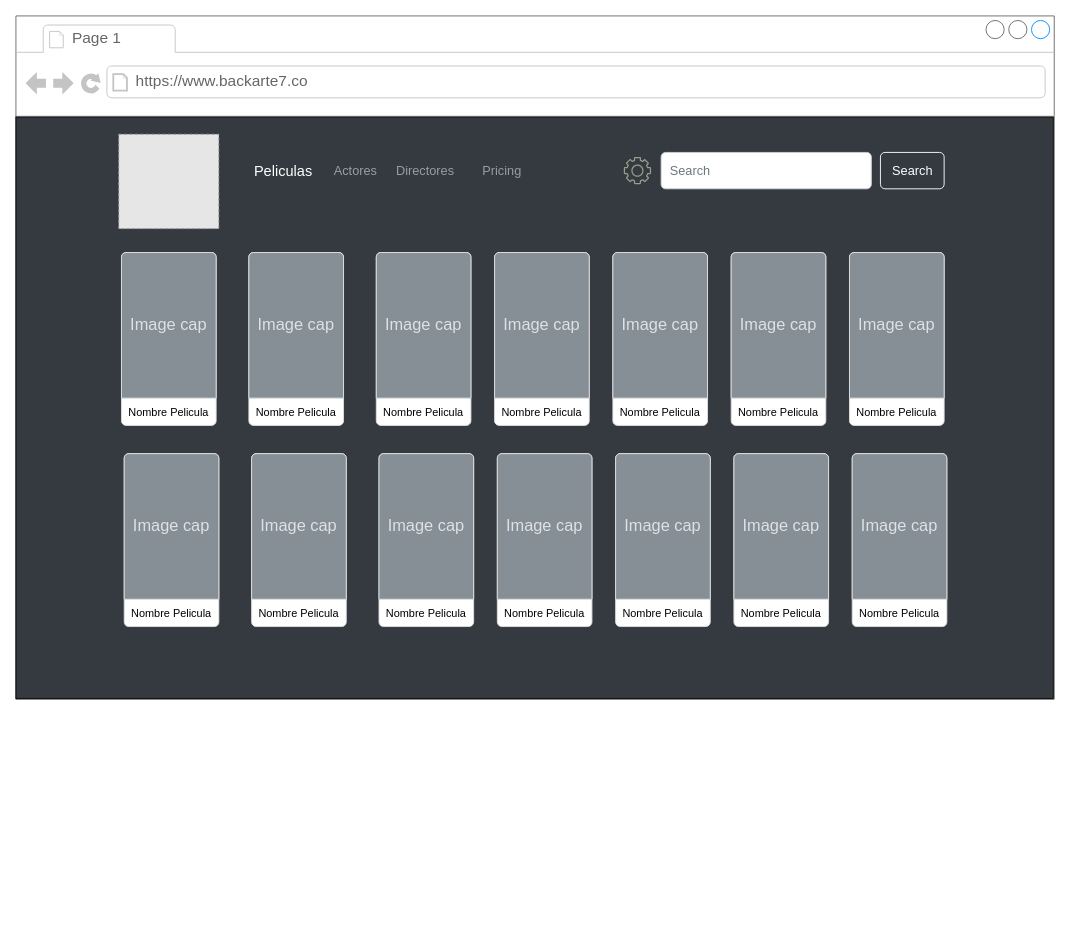
Before: diagramas/ListaDePeliculas.drawio in ronguito/MISW4103-PAS, a draw.io diagram. Source tidied: cells renumbered, new cells numbered last; positions are measured from the earlier drawing's top-left corner, leaving out a move shared by most shapes. Both pictures are drawn from the tidied source at 91%, with x=0, y=0 at pixel (15, 15). Pictures stored in the file or linked from it are replaced by grey dashed boxes.
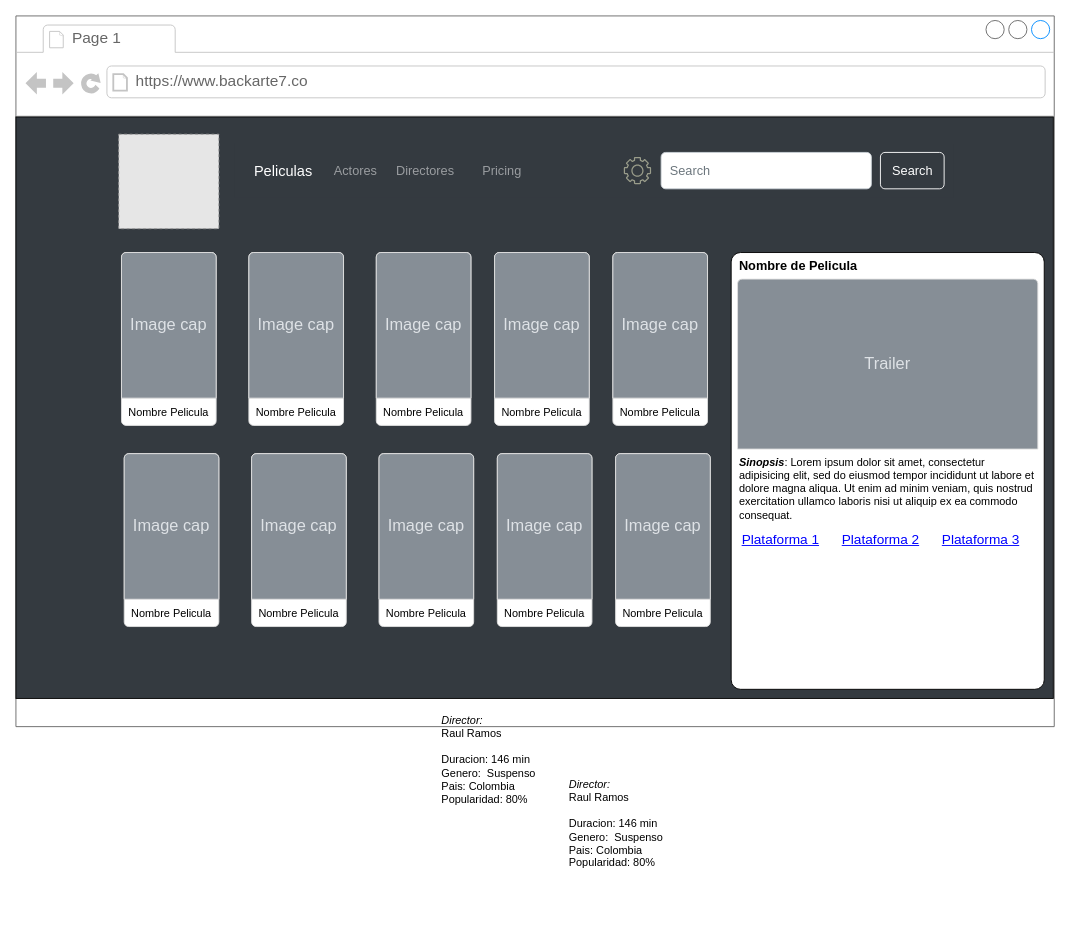
The same page after the edit.

Change to the diagram source:
```diff
@@
     <mxCell id="2" style="strokeWidth=1;shadow=0;dashed=0;align=center;html=1;shape=mxgraph.mockup.containers.browserWindow;rSize=0;strokeColor=#666666;strokeColor2=#008cff;strokeColor3=#c4c4c4;mainText=,;fillColor=#ffffff;" parent="1" vertex="1">
-      <mxGeometry width="1141" height="751" as="geometry" />
+      <mxGeometry width="1141" height="781" as="geometry" />
     </mxCell>
@@
-    <mxCell id="28" style="group;" parent="2" vertex="1">
-      <mxGeometry x="786" y="260" width="104" height="191" as="geometry" />
-    </mxCell>
-    <mxCell id="29" value="&lt;div&gt;&lt;span style=&quot;background-color: initial;&quot;&gt;&lt;br&gt;&lt;/span&gt;&lt;/div&gt;" style="html=1;shadow=0;dashed=0;shape=mxgraph.bootstrap.rrect;rSize=5;strokeColor=#DFDFDF;html=1;whiteSpace=wrap;fillColor=#ffffff;fontColor=#000000;verticalAlign=bottom;align=left;spacing=20;fontSize=14;" parent="28" vertex="1">
-      <mxGeometry width="104" height="190" as="geometry" />
-    </mxCell>
-    <mxCell id="30" value="Image cap" style="html=1;shadow=0;dashed=0;shape=mxgraph.bootstrap.topButton;rSize=5;perimeter=none;whiteSpace=wrap;fillColor=#868E96;strokeColor=#DFDFDF;fontColor=#DEE2E6;fontSize=18;" parent="29" vertex="1">
-      <mxGeometry width="104" height="160" relative="1" as="geometry" />
-    </mxCell>
-    <mxCell id="31" value="Nombre Pelicula" style="text;html=1;align=center;verticalAlign=middle;whiteSpace=wrap;rounded=0;" parent="28" vertex="1">
-      <mxGeometry y="161" width="104" height="30" as="geometry" />
-    </mxCell>
-    <mxCell id="32" style="group;" parent="2" vertex="1">
-      <mxGeometry x="916" y="260" width="104" height="191" as="geometry" />
-    </mxCell>
-    <mxCell id="33" value="&lt;div&gt;&lt;span style=&quot;background-color: initial;&quot;&gt;&lt;br&gt;&lt;/span&gt;&lt;/div&gt;" style="html=1;shadow=0;dashed=0;shape=mxgraph.bootstrap.rrect;rSize=5;strokeColor=#DFDFDF;html=1;whiteSpace=wrap;fillColor=#ffffff;fontColor=#000000;verticalAlign=bottom;align=left;spacing=20;fontSize=14;" parent="32" vertex="1">
-      <mxGeometry width="104" height="190" as="geometry" />
-    </mxCell>
-    <mxCell id="34" value="Image cap" style="html=1;shadow=0;dashed=0;shape=mxgraph.bootstrap.topButton;rSize=5;perimeter=none;whiteSpace=wrap;fillColor=#868E96;strokeColor=#DFDFDF;fontColor=#DEE2E6;fontSize=18;" parent="33" vertex="1">
-      <mxGeometry width="104" height="160" relative="1" as="geometry" />
-    </mxCell>
-    <mxCell id="35" value="Nombre Pelicula" style="text;html=1;align=center;verticalAlign=middle;whiteSpace=wrap;rounded=0;" parent="32" vertex="1">
-      <mxGeometry y="161" width="104" height="30" as="geometry" />
-    </mxCell>
@@
-    <mxCell id="56" style="group;" parent="2" vertex="1">
-      <mxGeometry x="789" y="481" width="104" height="191" as="geometry" />
-    </mxCell>
-    <mxCell id="57" value="&lt;div&gt;&lt;span style=&quot;background-color: initial;&quot;&gt;&lt;br&gt;&lt;/span&gt;&lt;/div&gt;" style="html=1;shadow=0;dashed=0;shape=mxgraph.bootstrap.rrect;rSize=5;strokeColor=#DFDFDF;html=1;whiteSpace=wrap;fillColor=#ffffff;fontColor=#000000;verticalAlign=bottom;align=left;spacing=20;fontSize=14;" parent="56" vertex="1">
-      <mxGeometry width="104" height="190" as="geometry" />
-    </mxCell>
-    <mxCell id="58" value="Image cap" style="html=1;shadow=0;dashed=0;shape=mxgraph.bootstrap.topButton;rSize=5;perimeter=none;whiteSpace=wrap;fillColor=#868E96;strokeColor=#DFDFDF;fontColor=#DEE2E6;fontSize=18;" parent="57" vertex="1">
-      <mxGeometry width="104" height="160" relative="1" as="geometry" />
-    </mxCell>
-    <mxCell id="59" value="Nombre Pelicula" style="text;html=1;align=center;verticalAlign=middle;whiteSpace=wrap;rounded=0;" parent="56" vertex="1">
-      <mxGeometry y="161" width="104" height="30" as="geometry" />
-    </mxCell>
-    <mxCell id="60" style="group;" parent="2" vertex="1">
-      <mxGeometry x="919" y="481" width="104" height="191" as="geometry" />
-    </mxCell>
-    <mxCell id="61" value="&lt;div&gt;&lt;span style=&quot;background-color: initial;&quot;&gt;&lt;br&gt;&lt;/span&gt;&lt;/div&gt;" style="html=1;shadow=0;dashed=0;shape=mxgraph.bootstrap.rrect;rSize=5;strokeColor=#DFDFDF;html=1;whiteSpace=wrap;fillColor=#ffffff;fontColor=#000000;verticalAlign=bottom;align=left;spacing=20;fontSize=14;" parent="60" vertex="1">
-      <mxGeometry width="104" height="190" as="geometry" />
-    </mxCell>
-    <mxCell id="62" value="Image cap" style="html=1;shadow=0;dashed=0;shape=mxgraph.bootstrap.topButton;rSize=5;perimeter=none;whiteSpace=wrap;fillColor=#868E96;strokeColor=#DFDFDF;fontColor=#DEE2E6;fontSize=18;" parent="61" vertex="1">
-      <mxGeometry width="104" height="160" relative="1" as="geometry" />
-    </mxCell>
-    <mxCell id="63" value="Nombre Pelicula" style="text;html=1;align=center;verticalAlign=middle;whiteSpace=wrap;rounded=0;" parent="60" vertex="1">
-      <mxGeometry y="161" width="104" height="30" as="geometry" />
-    </mxCell>
@@
+    <mxCell id="72" style="rounded=1;whiteSpace=wrap;html=1;arcSize=3;" parent="2" vertex="1">
+      <mxGeometry x="786" y="260" width="344" height="480" as="geometry" />
+    </mxCell>
+    <mxCell id="73" value="Trailer" style="html=1;shadow=0;dashed=0;shape=mxgraph.bootstrap.topButton;rSize=5;perimeter=none;whiteSpace=wrap;fillColor=#868E96;strokeColor=#DFDFDF;fontColor=#DEE2E6;fontSize=18;" parent="2" vertex="1">
+      <mxGeometry x="793" y="289.2" width="330" height="186.8" as="geometry" />
+    </mxCell>
+    <mxCell id="74" value="Nombre de Pelicula" style="text;html=1;align=left;verticalAlign=middle;whiteSpace=wrap;rounded=0;fontStyle=1;fontSize=14;" parent="2" vertex="1">
+      <mxGeometry x="793" y="260" width="184" height="30" as="geometry" />
+    </mxCell>
+    <mxCell id="75" value="&lt;b&gt;&lt;i&gt;Sinopsis&lt;/i&gt;&lt;/b&gt;: Lorem ipsum dolor sit amet, consectetur adipisicing elit, sed do eiusmod tempor incididunt ut labore et dolore magna aliqua. Ut enim ad minim veniam, quis nostrud exercitation ullamco laboris nisi ut aliquip ex ea commodo consequat.&amp;nbsp;" style="text;spacingTop=-5;whiteSpace=wrap;html=1;align=left;fontSize=12;fontFamily=Helvetica;fillColor=none;strokeColor=none;" parent="2" vertex="1">
+      <mxGeometry x="793" y="482" width="327" height="78" as="geometry" />
+    </mxCell>
+    <mxCell id="76" value="Plataforma 1" style="shape=rectangle;strokeColor=none;fillColor=none;linkText=;fontSize=15;fontColor=#0000ff;fontStyle=4;html=1;align=center;" parent="2" vertex="1">
+      <mxGeometry x="796" y="560" width="87" height="30" as="geometry" />
+    </mxCell>
+    <mxCell id="77" value="Plataforma 2" style="shape=rectangle;strokeColor=none;fillColor=none;linkText=;fontSize=15;fontColor=#0000ff;fontStyle=4;html=1;align=center;" parent="2" vertex="1">
+      <mxGeometry x="906" y="560" width="87" height="30" as="geometry" />
+    </mxCell>
+    <mxCell id="78" value="Plataforma 3" style="shape=rectangle;strokeColor=none;fillColor=none;linkText=;fontSize=15;fontColor=#0000ff;fontStyle=4;html=1;align=center;" parent="2" vertex="1">
+      <mxGeometry x="1016" y="560" width="87" height="30" as="geometry" />
+    </mxCell>
+    <mxCell id="79" value="&lt;div&gt;&lt;i&gt;Director:&lt;/i&gt;&lt;/div&gt;&lt;span style=&quot;background-color: initial;&quot;&gt;Raul Ramos&lt;/span&gt;&lt;div&gt;&lt;br&gt;&lt;/div&gt;&lt;div&gt;Duracion: 146 min&lt;div&gt;Genero:&amp;nbsp; Suspenso&lt;/div&gt;&lt;div&gt;Pais: Colombia&lt;/div&gt;&lt;div&gt;Popularidad: 80%&lt;/div&gt;&lt;div&gt;&lt;br&gt;&lt;/div&gt;&lt;div&gt;&lt;br&gt;&lt;/div&gt;&lt;div&gt;&lt;br&gt;&lt;/div&gt;&lt;/div&gt;" style="text;html=1;align=left;verticalAlign=top;whiteSpace=wrap;rounded=0;fontFamily=Helvetica;" parent="1" vertex="1">
+      <mxGeometry x="466" y="761" width="140" height="130" as="geometry" />
+    </mxCell>
+    <mxCell id="80" value="&lt;div&gt;&lt;i&gt;Director:&lt;/i&gt;&lt;/div&gt;&lt;span style=&quot;background-color: initial;&quot;&gt;Raul Ramos&lt;/span&gt;&lt;div&gt;&lt;br&gt;&lt;/div&gt;&lt;div&gt;Duracion: 146 min&lt;div&gt;Genero:&amp;nbsp; Suspenso&lt;/div&gt;&lt;div&gt;Pais: Colombia&lt;/div&gt;&lt;div&gt;Popularidad: 80%&lt;/div&gt;&lt;div&gt;&lt;br&gt;&lt;/div&gt;&lt;div&gt;&lt;br&gt;&lt;/div&gt;&lt;div&gt;&lt;br&gt;&lt;/div&gt;&lt;/div&gt;" style="text;html=1;align=left;verticalAlign=top;whiteSpace=wrap;rounded=0;fontFamily=Helvetica;" parent="1" vertex="1">
+      <mxGeometry x="606" y="831" width="140" height="130" as="geometry" />
+    </mxCell>
```
